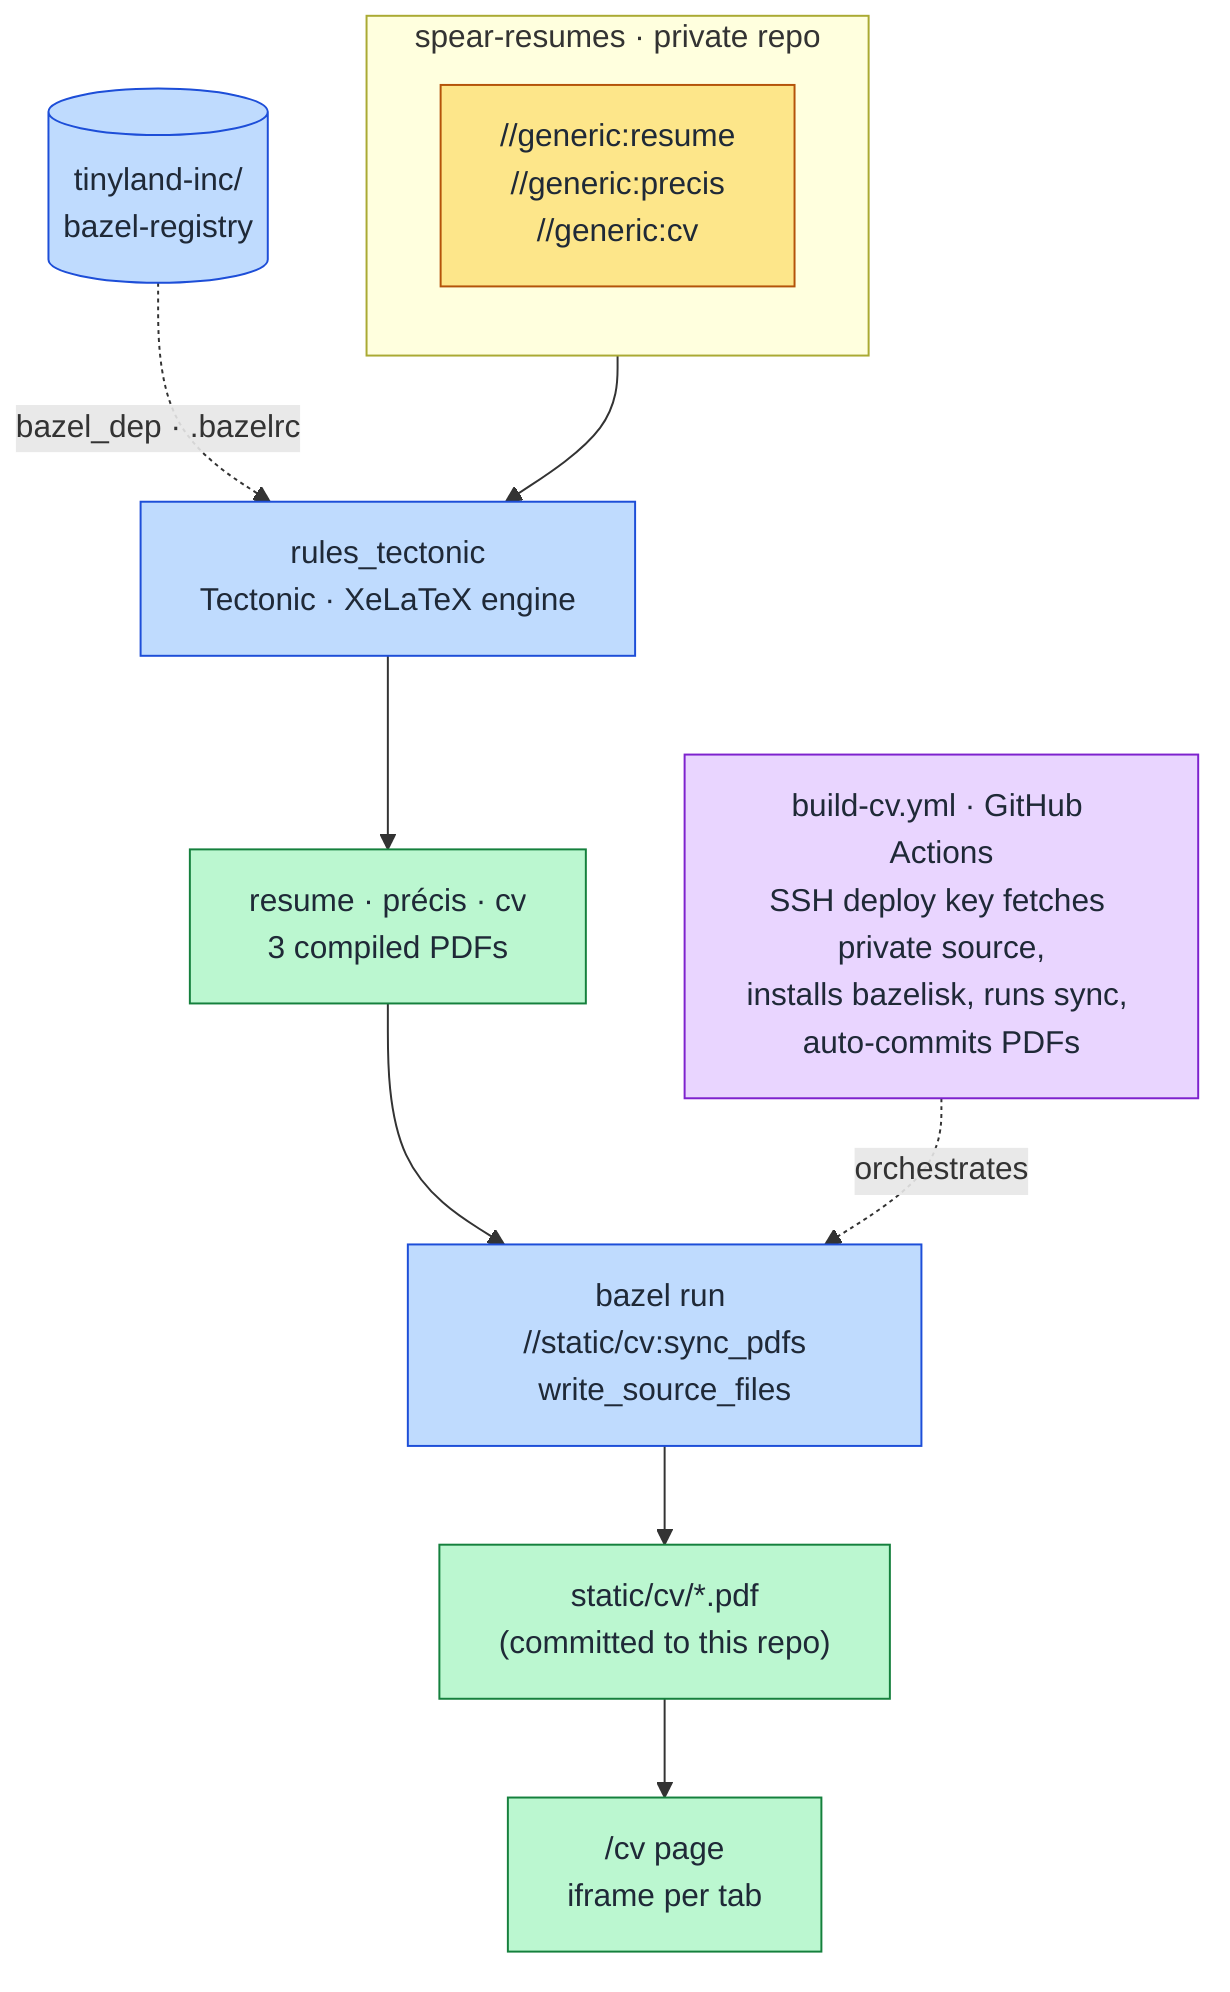
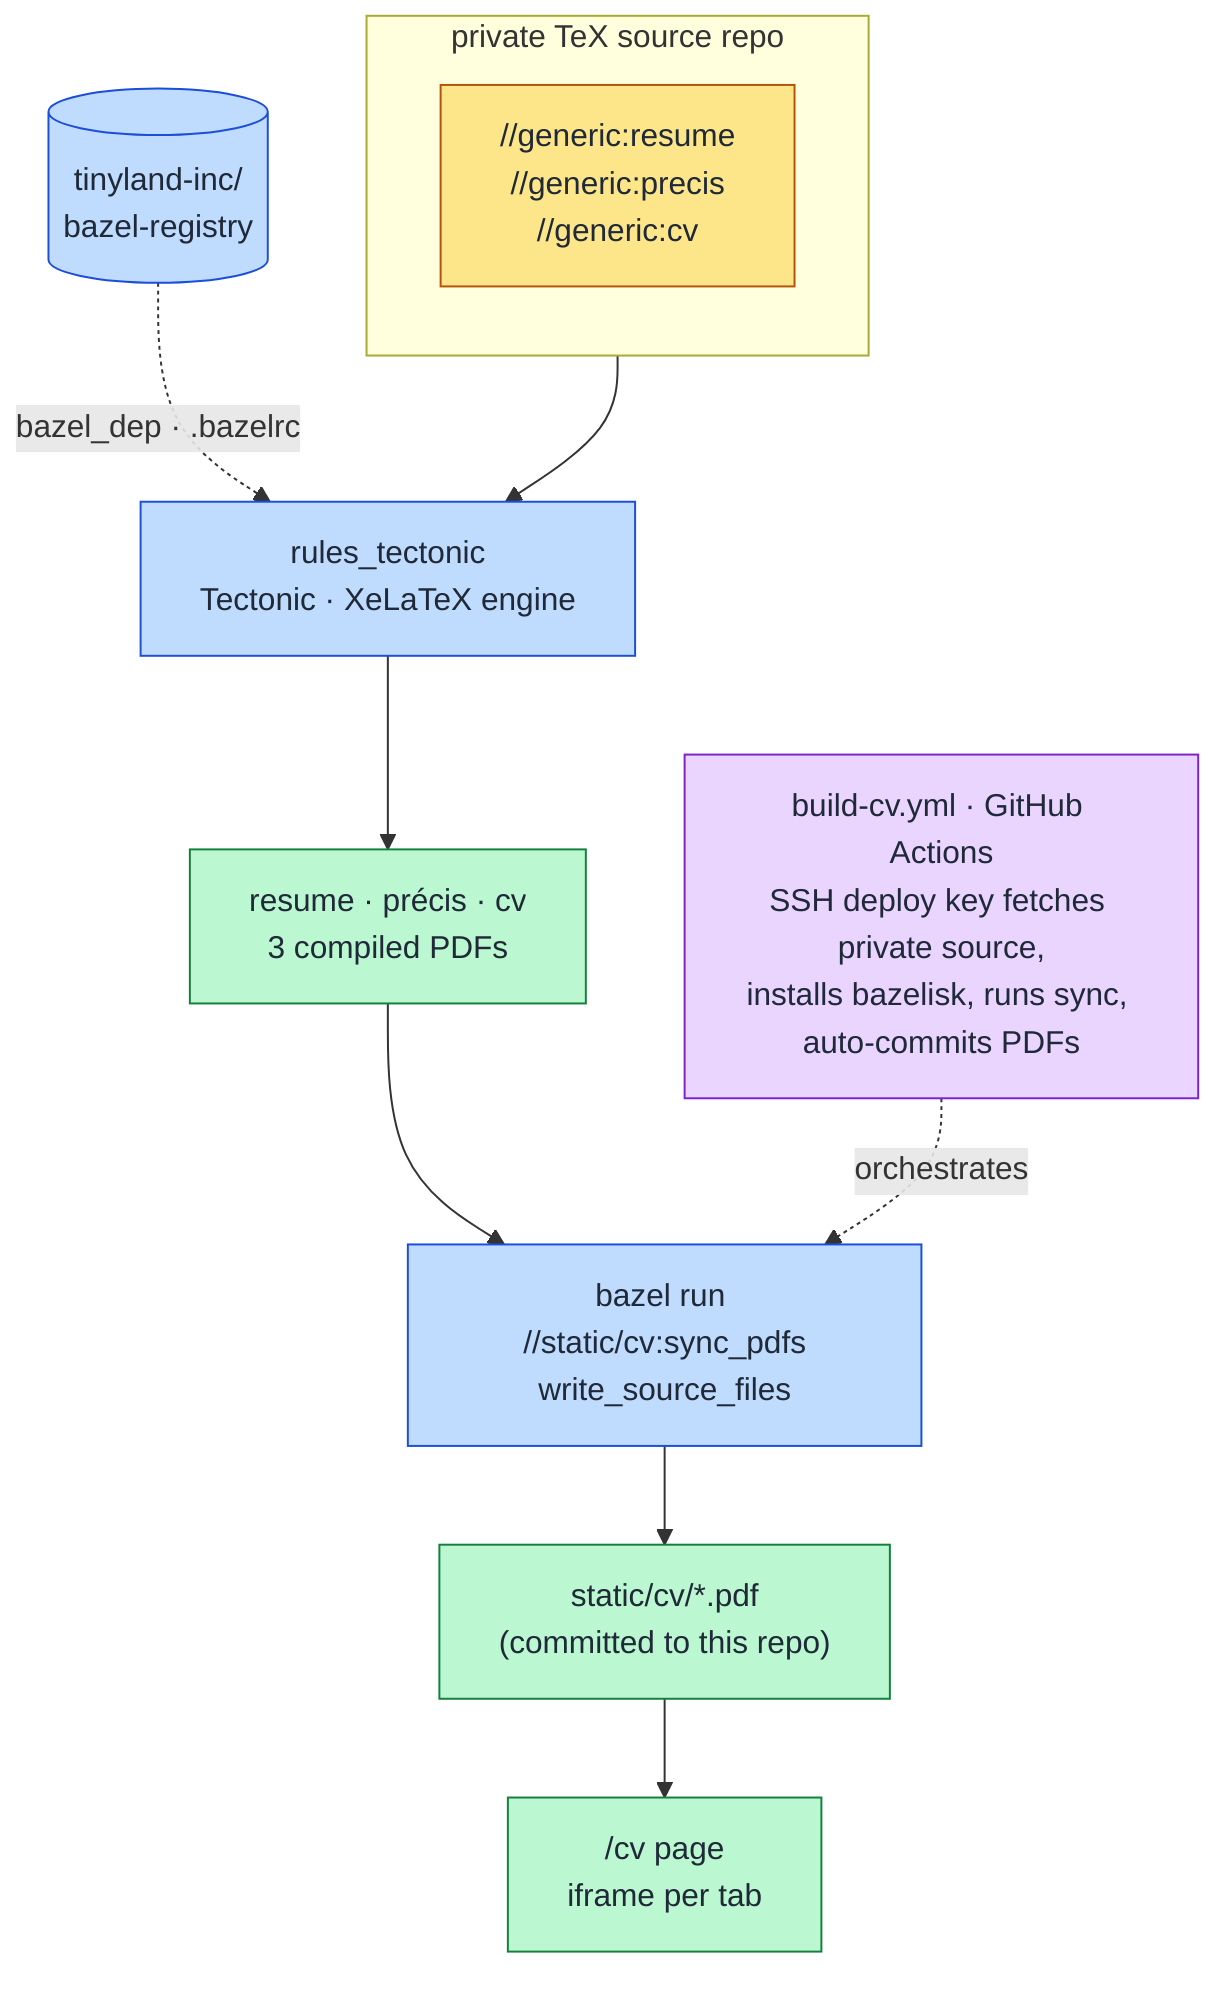
flowchart TD
-   subgraph SPEAR["spear-resumes · private repo"]
+   subgraph SPEAR["private TeX source repo"]
    direction LR
    GEN["//generic:resume<br/>//generic:precis<br/>//generic:cv"]
  end
  REG[("tinyland-inc/<br/>bazel-registry")]
  RT["rules_tectonic<br/>Tectonic · XeLaTeX engine"]
  PDFS["resume · précis · cv<br/>3 compiled PDFs"]
  SYNC["bazel run //static/cv:sync_pdfs<br/>write_source_files"]
  STATIC["static/cv/*.pdf<br/>(committed to this repo)"]
  PAGE["/cv page<br/>iframe per tab"]

  GEN --> RT
  REG -. "bazel_dep · .bazelrc" .-> RT
  RT --> PDFS
  PDFS --> SYNC
  SYNC --> STATIC
  STATIC --> PAGE

  CI["build-cv.yml · GitHub Actions<br/>SSH deploy key fetches private source,<br/>installs bazelisk, runs sync, auto-commits PDFs"]
  CI -. orchestrates .-> SYNC

  classDef priv fill:#fde68a,stroke:#b45309,color:#1f2937;
  classDef bz fill:#bfdbfe,stroke:#1d4ed8,color:#1f2937;
  classDef out fill:#bbf7d0,stroke:#15803d,color:#1f2937;
  classDef ci fill:#e9d5ff,stroke:#7e22ce,color:#1f2937;
  class GEN priv;
  class RT,REG,SYNC bz;
  class PDFS,STATIC,PAGE out;
  class CI ci;
